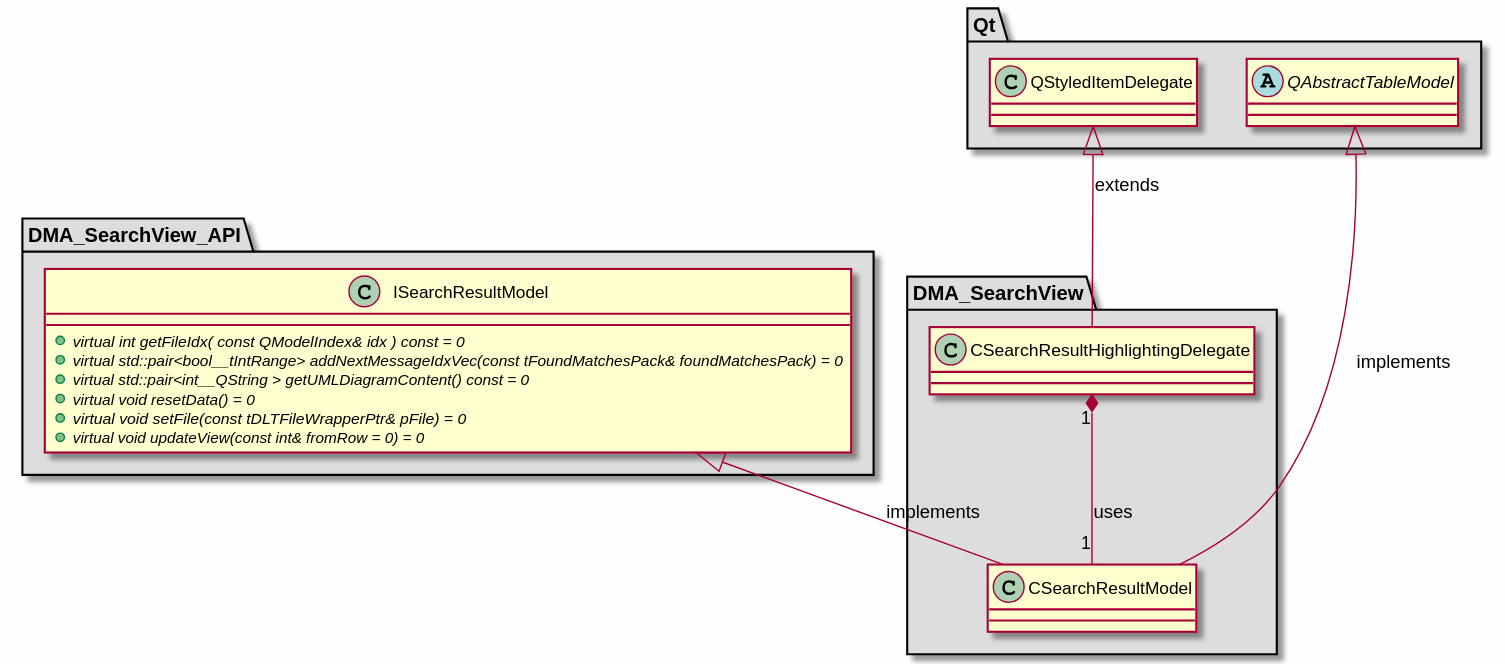
This is md/dev_docs/puml/DMA_SearchView_standalone.svg from svlad-90/DLT-Message-Analyzer, a PlantUML export, as it was before one commit.
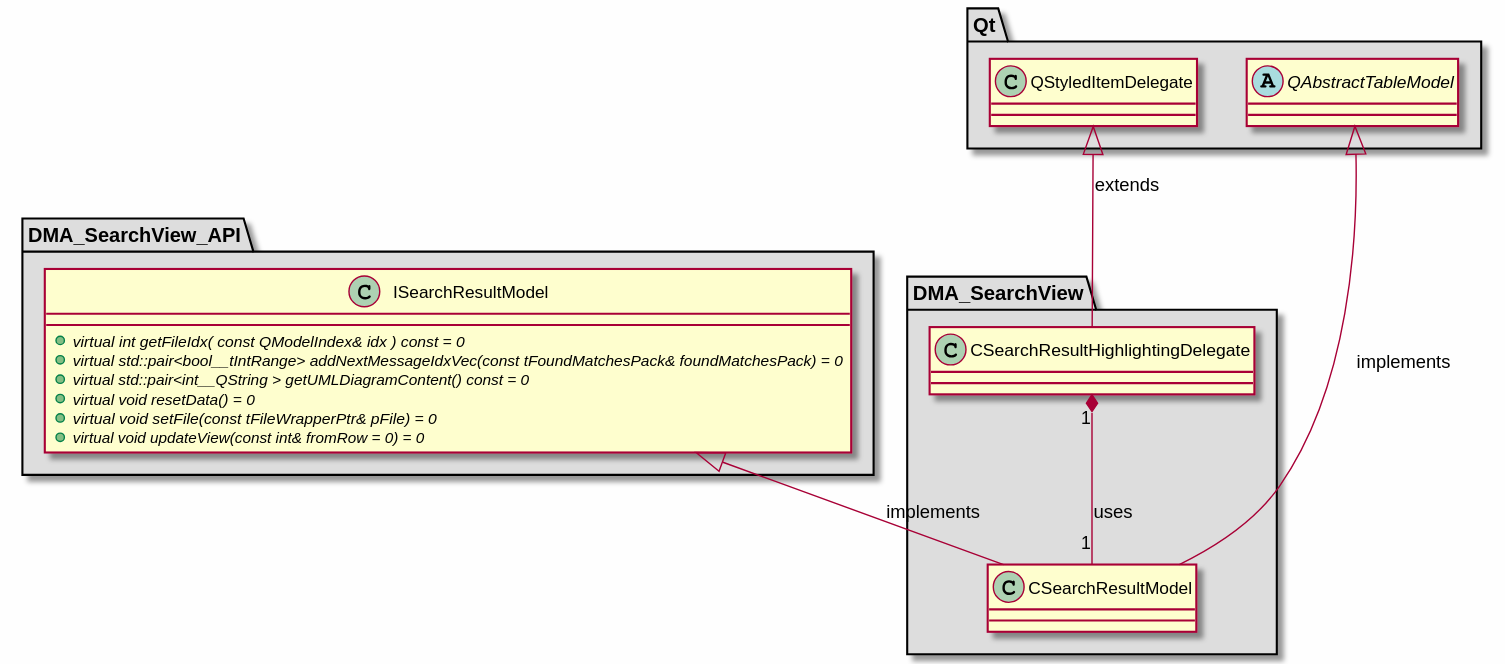
The same file after the commit.

Change to the diagram source:
```diff
@@ -24,7 +24,7 @@
     + {abstract} virtual std::pair<bool__tIntRange> addNextMessageIdxVec(const tFoundMatchesPack& foundMatchesPack) = 0
     + {abstract} virtual std::pair<int__QString > getUMLDiagramContent() const = 0
     + {abstract} virtual void resetData() = 0
-    + {abstract} virtual void setFile(const tDLTFileWrapperPtr& pFile) = 0
+    + {abstract} virtual void setFile(const tFileWrapperPtr& pFile) = 0
     + {abstract} virtual void updateView(const int& fromRow = 0) = 0
 }
 
```
